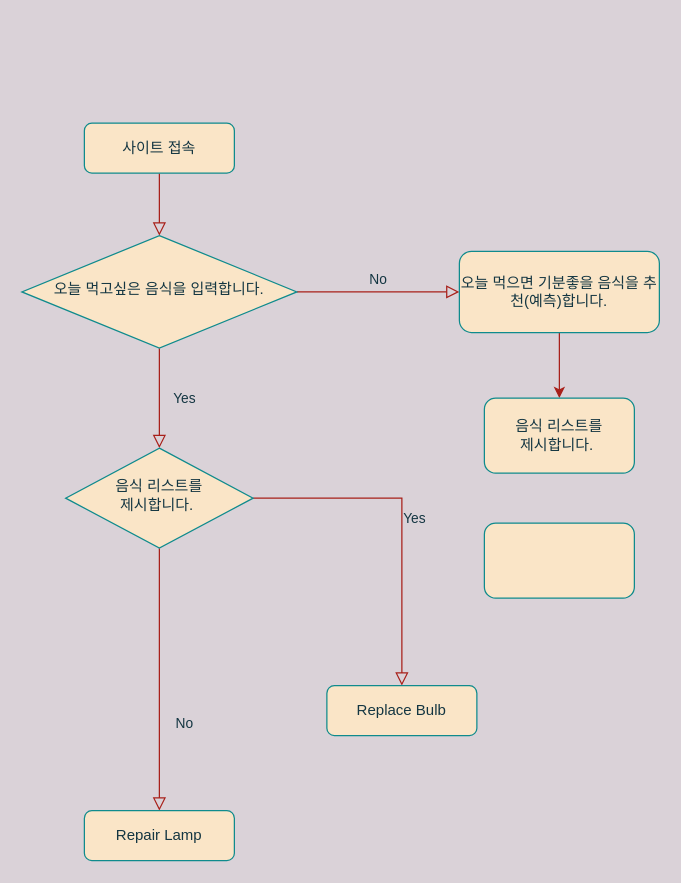
Earlier version of the draw.io diagram Untitled Diagram.drawio (OwlStanding/owl1). Source tidied: cells renumbered, new cells numbered last; positions are measured from the earlier drawing's top-left corner, leaving out a move shared by most shapes. Both pictures are drawn from the tidied source at 125%, with x=0, y=0 at pixel (21, 122).
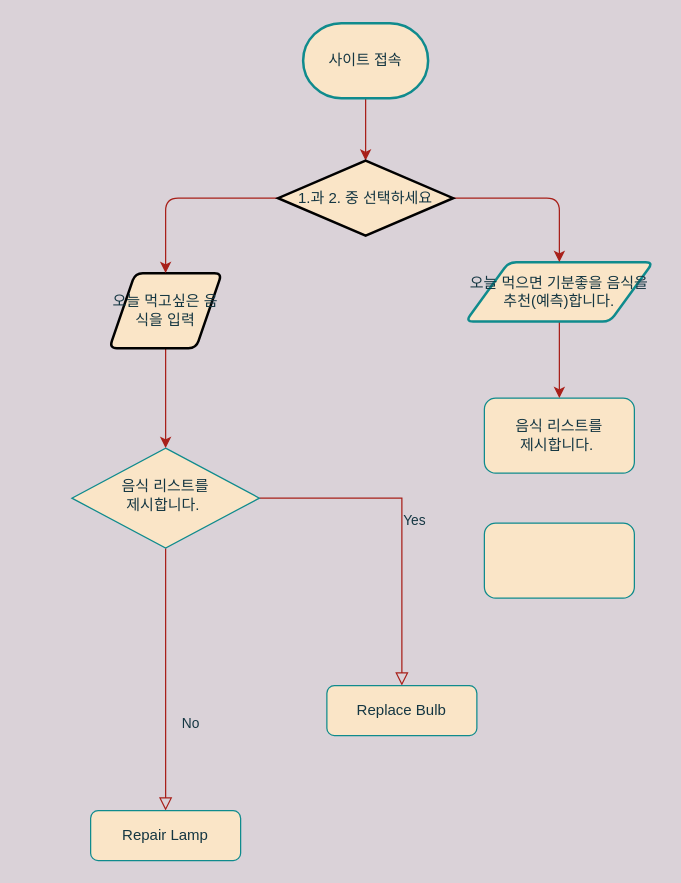
Above is the later version.

The edit, as a diff of the source:
```diff
@@
 <mxGraphModel background="#DAD2D8">
   <root>
     <mxCell id="0" />
     <mxCell id="1" parent="0" />
-    <mxCell id="2" style="rounded=0;html=1;jettySize=auto;fontSize=11;endArrow=block;endFill=0;endSize=8;strokeWidth=1;shadow=0;labelBackgroundColor=none;edgeStyle=orthogonalEdgeStyle;strokeColor=#A8201A;fontColor=#143642;" parent="1" edge="1" source="3" target="6">
-      <mxGeometry relative="1" as="geometry" />
-    </mxCell>
-    <mxCell id="3" value="사이트 접속" style="rounded=1;whiteSpace=wrap;html=1;fontSize=12;glass=0;strokeWidth=1;shadow=0;fillColor=#FAE5C7;strokeColor=#0F8B8D;fontColor=#143642;" parent="1" vertex="1">
-      <mxGeometry x="50" width="120" height="40" as="geometry" />
-    </mxCell>
-    <mxCell id="4" value="Yes" style="rounded=0;html=1;jettySize=auto;fontSize=11;endArrow=block;endFill=0;endSize=8;strokeWidth=1;shadow=0;labelBackgroundColor=none;edgeStyle=orthogonalEdgeStyle;strokeColor=#A8201A;fontColor=#143642;" parent="1" edge="1" source="6" target="11">
-      <mxGeometry y="20" relative="1" as="geometry" />
-    </mxCell>
-    <mxCell id="5" value="No" style="edgeStyle=orthogonalEdgeStyle;rounded=0;html=1;jettySize=auto;fontSize=11;endArrow=block;endFill=0;endSize=8;strokeWidth=1;shadow=0;labelBackgroundColor=none;strokeColor=#A8201A;fontColor=#143642;" parent="1" edge="1" source="6" target="8">
-      <mxGeometry y="10" relative="1" as="geometry" />
-    </mxCell>
-    <mxCell id="6" value="오늘 먹고싶은 음식을 입력합니다." style="rhombus;whiteSpace=wrap;html=1;shadow=0;fontFamily=Helvetica;fontSize=12;align=center;strokeWidth=1;spacing=6;spacingTop=-4;fillColor=#FAE5C7;strokeColor=#0F8B8D;fontColor=#143642;" parent="1" vertex="1">
-      <mxGeometry y="90" width="220" height="90" as="geometry" />
-    </mxCell>
-    <mxCell id="7" style="edgeStyle=orthogonalEdgeStyle;rounded=0;jettySize=auto;html=1;labelBackgroundColor=#DAD2D8;strokeColor=#A8201A;fontColor=#143642;" parent="1" edge="1" source="8">
-      <mxGeometry relative="1" as="geometry">
-        <mxPoint x="430" y="220" as="targetPoint" />
-      </mxGeometry>
-    </mxCell>
-    <mxCell id="8" value="오늘 먹으면 기분좋을 음식을 추천(예측)합니다." style="rounded=1;whiteSpace=wrap;html=1;fontSize=12;glass=0;strokeWidth=1;shadow=0;fillColor=#FAE5C7;strokeColor=#0F8B8D;fontColor=#143642;" parent="1" vertex="1">
-      <mxGeometry x="350" y="102.5" width="160" height="65" as="geometry" />
-    </mxCell>
     <mxCell id="9" value="No" style="rounded=0;html=1;jettySize=auto;fontSize=11;endArrow=block;endFill=0;endSize=8;strokeWidth=1;shadow=0;labelBackgroundColor=none;edgeStyle=orthogonalEdgeStyle;strokeColor=#A8201A;fontColor=#143642;" parent="1" edge="1" source="11" target="12">
       <mxGeometry x="0.33" y="20" relative="1" as="geometry" />
     </mxCell>
     <mxCell id="10" value="Yes" style="edgeStyle=orthogonalEdgeStyle;rounded=0;html=1;jettySize=auto;fontSize=11;endArrow=block;endFill=0;endSize=8;strokeWidth=1;shadow=0;labelBackgroundColor=none;strokeColor=#A8201A;fontColor=#143642;" parent="1" edge="1" source="11" target="13">
       <mxGeometry y="10" relative="1" as="geometry" />
     </mxCell>
     <mxCell id="11" value="음식 리스트를&lt;br&gt;제시합니다.&amp;nbsp;" style="rhombus;whiteSpace=wrap;html=1;shadow=0;fontFamily=Helvetica;fontSize=12;align=center;strokeWidth=1;spacing=6;spacingTop=-4;fillColor=#FAE5C7;strokeColor=#0F8B8D;fontColor=#143642;" parent="1" vertex="1">
-      <mxGeometry x="35" y="260" width="150" height="80" as="geometry" />
+      <mxGeometry x="40" y="260" width="150" height="80" as="geometry" />
     </mxCell>
     <mxCell id="12" value="Repair Lamp" style="rounded=1;whiteSpace=wrap;html=1;fontSize=12;glass=0;strokeWidth=1;shadow=0;fillColor=#FAE5C7;strokeColor=#0F8B8D;fontColor=#143642;" parent="1" vertex="1">
-      <mxGeometry x="50" y="550" width="120" height="40" as="geometry" />
+      <mxGeometry x="55" y="550" width="120" height="40" as="geometry" />
     </mxCell>
     <mxCell id="13" value="Replace Bulb" style="rounded=1;whiteSpace=wrap;html=1;fontSize=12;glass=0;strokeWidth=1;shadow=0;fillColor=#FAE5C7;strokeColor=#0F8B8D;fontColor=#143642;" parent="1" vertex="1">
       <mxGeometry x="244" y="450" width="120" height="40" as="geometry" />
     </mxCell>
     <mxCell id="14" value="&lt;span&gt;음식 리스트를&lt;/span&gt;&lt;br&gt;&lt;span&gt;제시합니다.&amp;nbsp;&lt;/span&gt;" style="rounded=1;whiteSpace=wrap;html=1;fillColor=#FAE5C7;strokeColor=#0F8B8D;fontColor=#143642;" parent="1" vertex="1">
       <mxGeometry x="370" y="220" width="120" height="60" as="geometry" />
     </mxCell>
     <mxCell id="15" style="rounded=1;whiteSpace=wrap;html=1;fillColor=#FAE5C7;strokeColor=#0F8B8D;fontColor=#143642;" parent="1" vertex="1">
       <mxGeometry x="370" y="320" width="120" height="60" as="geometry" />
     </mxCell>
+    <mxCell id="16" style="edgeStyle=orthogonalEdgeStyle;curved=0;rounded=1;sketch=0;jettySize=auto;html=1;strokeColor=#A8201A;fillColor=#FAE5C7;fontColor=#143642;labelBackgroundColor=#DAD2D8;" parent="1" edge="1" source="8" target="14">
+      <mxGeometry relative="1" as="geometry" />
+    </mxCell>
+    <mxCell id="8" value="&lt;span&gt;오늘 먹으면 기분좋을 음식을 추천(예측)합니다.&lt;/span&gt;" style="shape=parallelogram;html=1;strokeWidth=2;perimeter=parallelogramPerimeter;whiteSpace=wrap;rounded=1;arcSize=12;size=0.23;sketch=0;fillColor=#FAE5C7;fontColor=#143642;strokeColor=#0F8B8D;" parent="1" vertex="1">
+      <mxGeometry x="355" y="111.2" width="150" height="47.5" as="geometry" />
+    </mxCell>
+    <mxCell id="17" style="edgeStyle=orthogonalEdgeStyle;curved=0;rounded=1;sketch=0;jettySize=auto;html=1;strokeColor=#A8201A;fillColor=#FAE5C7;fontColor=#143642;" parent="1" edge="1" source="3" target="22">
+      <mxGeometry relative="1" as="geometry" />
+    </mxCell>
+    <mxCell id="3" value="사이트 접속" style="strokeWidth=2;html=1;shape=mxgraph.flowchart.terminator;whiteSpace=wrap;rounded=0;sketch=0;fillColor=#FAE5C7;fontColor=#143642;strokeColor=#0F8B8D;" parent="1" vertex="1">
+      <mxGeometry x="225" y="-80" width="100" height="60" as="geometry" />
+    </mxCell>
+    <mxCell id="18" style="edgeStyle=orthogonalEdgeStyle;curved=0;rounded=1;sketch=0;jettySize=auto;html=1;strokeColor=#A8201A;fillColor=#FAE5C7;fontColor=#143642;" parent="1" edge="1" source="19" target="11">
+      <mxGeometry relative="1" as="geometry" />
+    </mxCell>
+    <mxCell id="19" value="오늘 먹고싶은 음식을 입력" style="shape=parallelogram;html=1;strokeWidth=2;perimeter=parallelogramPerimeter;whiteSpace=wrap;rounded=1;arcSize=12;size=0.23;sketch=0;fillColor=#FAE5C7;fontColor=#143642;" parent="1" vertex="1">
+      <mxGeometry x="70" y="120" width="90" height="60" as="geometry" />
+    </mxCell>
+    <mxCell id="20" style="edgeStyle=orthogonalEdgeStyle;curved=0;rounded=1;sketch=0;jettySize=auto;html=1;exitX=0;exitY=0.5;exitDx=0;exitDy=0;exitPerimeter=0;strokeColor=#A8201A;fillColor=#FAE5C7;fontColor=#143642;" parent="1" edge="1" source="22" target="19">
+      <mxGeometry relative="1" as="geometry" />
+    </mxCell>
+    <mxCell id="21" style="edgeStyle=orthogonalEdgeStyle;curved=0;rounded=1;sketch=0;jettySize=auto;html=1;exitX=1;exitY=0.5;exitDx=0;exitDy=0;exitPerimeter=0;strokeColor=#A8201A;fillColor=#FAE5C7;fontColor=#143642;" parent="1" edge="1" source="22" target="8">
+      <mxGeometry relative="1" as="geometry" />
+    </mxCell>
+    <mxCell id="22" value="1.과 2. 중 선택하세요" style="strokeWidth=2;html=1;shape=mxgraph.flowchart.decision;whiteSpace=wrap;rounded=0;sketch=0;fillColor=#FAE5C7;fontColor=#143642;" parent="1" vertex="1">
+      <mxGeometry x="205" y="30" width="140" height="60" as="geometry" />
+    </mxCell>
   </root>
 </mxGraphModel>
```
